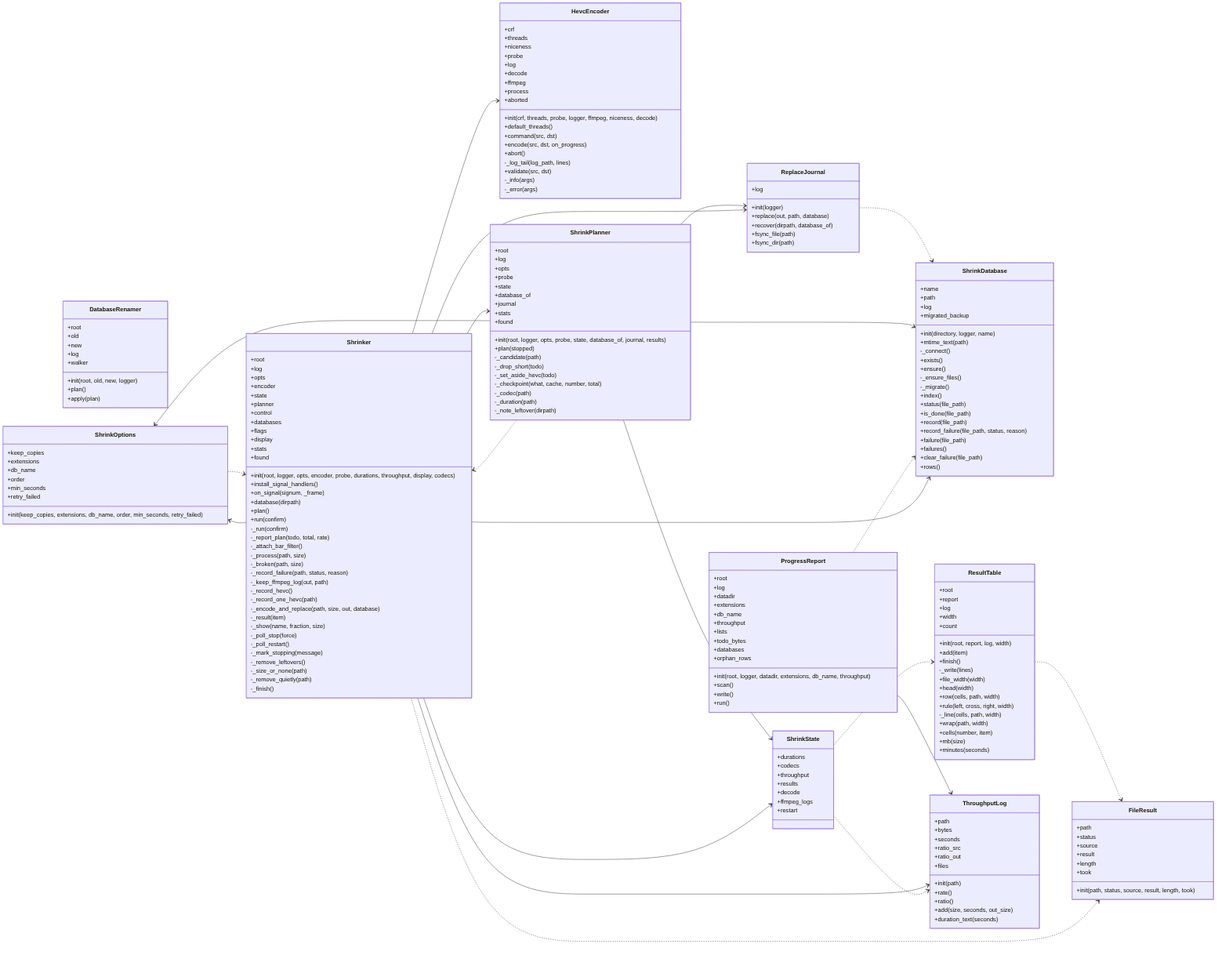
Before: docs/img/uml_shrink.png, a diagram exported from Mermaid (peddanet/mediatools). Its source is kept beside it as docs/img/uml_shrink.mmd.
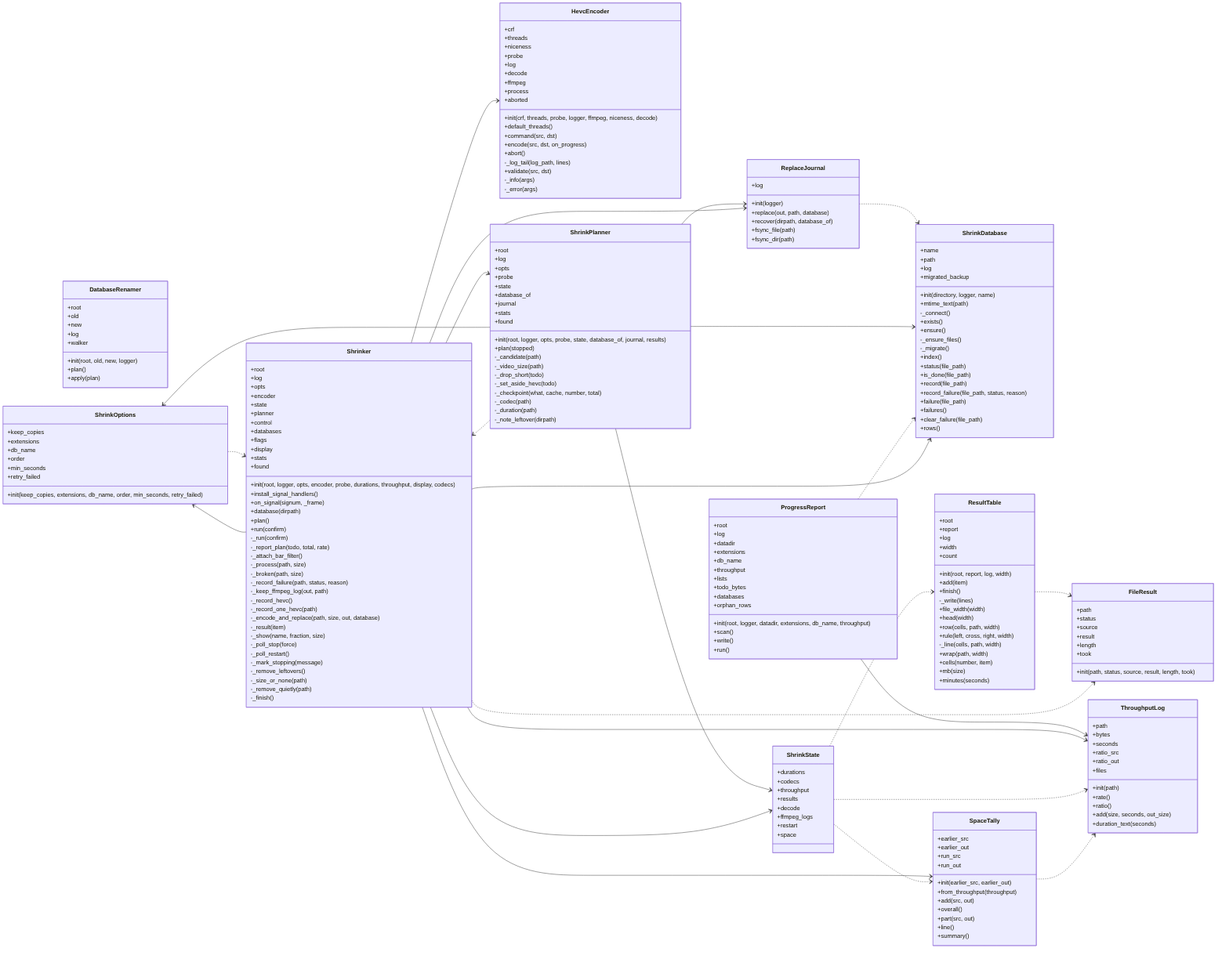
The same diagram one commit later.

Change to the diagram source:
```diff
@@ -182,6 +182,20 @@
     +decode
     +ffmpeg_logs
     +restart
+    +space
+  }
+  class SpaceTally {
+    +earlier_src
+    +earlier_out
+    +run_src
+    +run_out
+    +init(earlier_src, earlier_out)
+    +from_throughput(throughput)
+    +add(src, out)
+    +overall()
+    +part(src, out)
+    +line()
+    +summary()
   }
   class ThroughputLog {
     +path
@@ -213,6 +227,9 @@
   Shrinker --> ShrinkOptions
   Shrinker --> ShrinkPlanner
   Shrinker --> ShrinkState
+  Shrinker --> SpaceTally
   Shrinker --> ThroughputLog
   ShrinkState ..> ResultTable
+  ShrinkState ..> SpaceTally
   ShrinkState ..> ThroughputLog
+  SpaceTally ..> ThroughputLog
```
